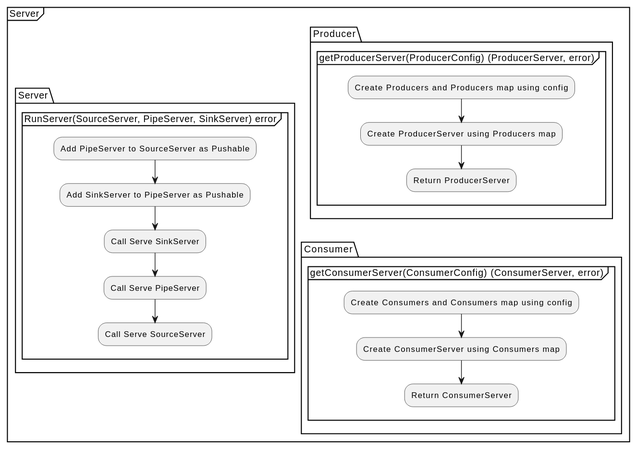
Above: docs/design_notes/DN1_JSON_Extractor/implementation_server.svg in xtuml/otel2pv (PlantUML), before the change.
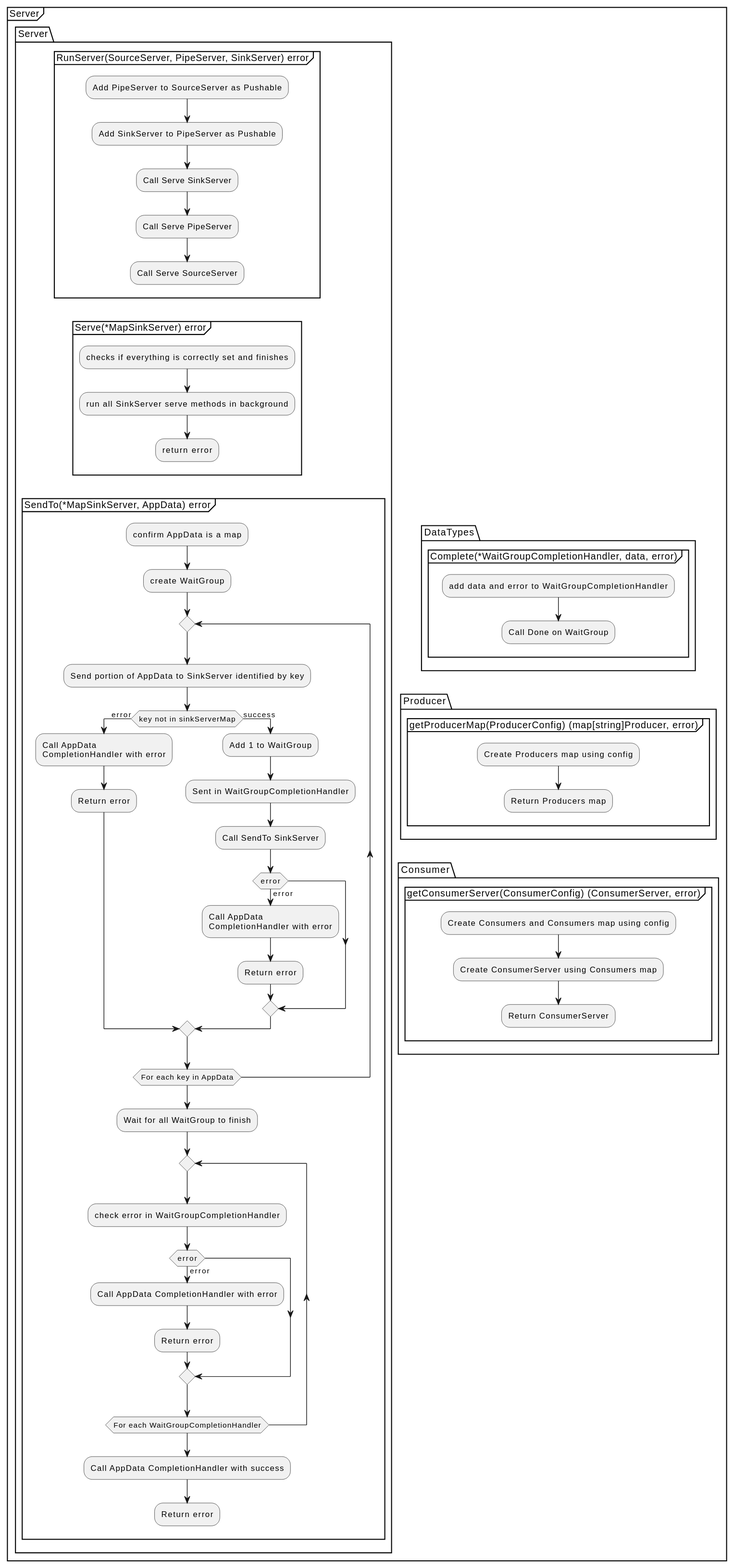
After the commit.

Commit message:
Cdsopv 65 outline plan for map producer server (#32)

Diff of the diagram source:
```diff
@@ -11,14 +11,56 @@
                 :Call Serve SourceServer;
                 detach
             }
+            group Serve(*MapSinkServer) error {
+                :checks if everything is correctly set and finishes;
+                :run all SinkServer serve methods in background;
+                :return error;
+                detach
+            }
+            group SendTo(*MapSinkServer, AppData) error {
+                :confirm AppData is a map;
+                :create WaitGroup;
+                repeat
+                    :Send portion of AppData to SinkServer identified by key;
+                    if (key not in sinkServerMap) then (error)
+                        :Call AppData\nCompletionHandler with error;
+                        :Return error;
+                    else (success)
+                        :Add 1 to WaitGroup;
+                        :Sent in WaitGroupCompletionHandler;
+                        :Call SendTo SinkServer;
+                        if (error) then (error)
+                            :Call AppData\nCompletionHandler with error;
+                            :Return error;
+                        endif
+                    endif
+                repeat while (For each key in AppData);
+                :Wait for all WaitGroup to finish;
+                repeat
+                    :check error in WaitGroupCompletionHandler;
+                    if (error) then (error)
+                        :Call AppData CompletionHandler with error;
+                        :Return error;
+                    endif
+                repeat while (For each WaitGroupCompletionHandler)
+                :Call AppData CompletionHandler with success;
+                :Return error;
+                detach
+            }
         }
         split again
         -[hidden]->
+        package DataTypes {
+            group Complete(*WaitGroupCompletionHandler, data, error) {
+                :add data and error to WaitGroupCompletionHandler;
+                :Call Done on WaitGroup;
+                detach
+            }
+        }
         package Producer {
-            group getProducerServer(ProducerConfig) (ProducerServer, error) {
-                :Create Producers and Producers map using config;
-                :Create ProducerServer using Producers map;
-                :Return ProducerServer;
+            group getProducerMap(ProducerConfig) (map[string]Producer, error) {
+                :Create Producers map using config;
+                :Return Producers map;
                 detach
             }
         }
```
